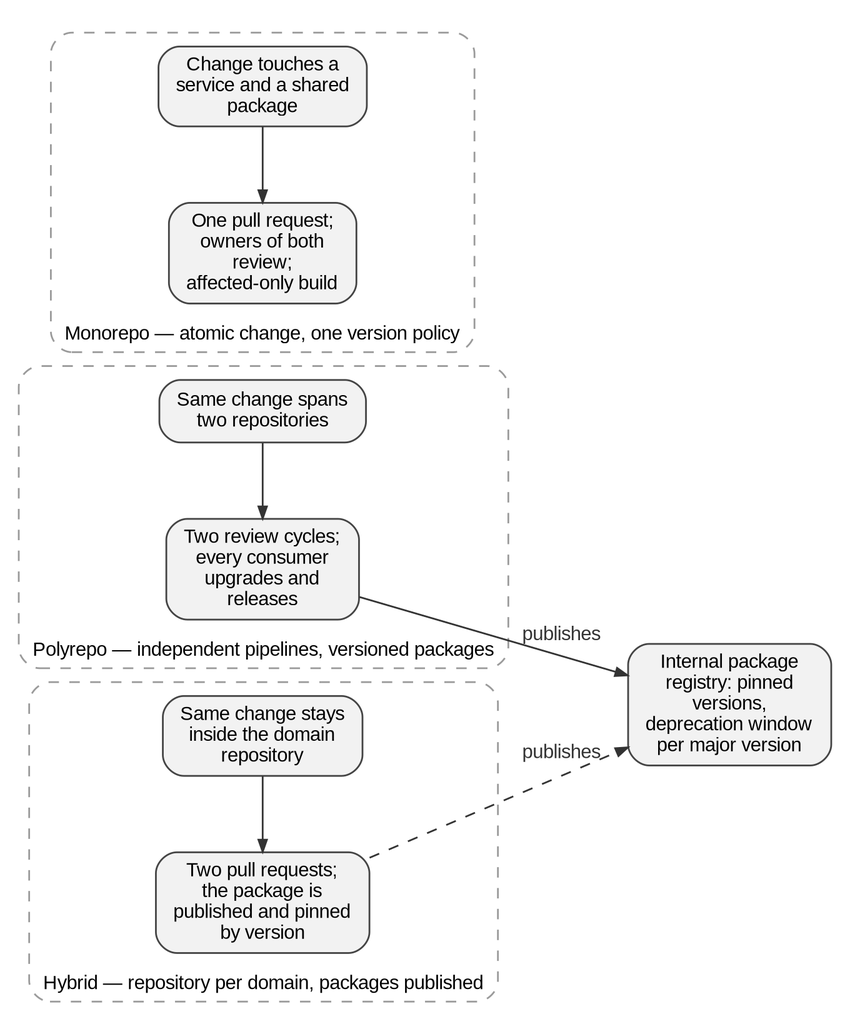
Above: assets/diagrams/rendered/ch07-repository-topologies.png in cesarcastrocuba/handbook-solutions-architecture (Graphviz), before the change. Its source is kept beside it as assets/diagrams/src/ch07-repository-topologies.dot. Source of this version:
```dot
digraph G {

 rankdir=LR;
 subgraph cluster_poly { label="Polyrepo — independent pipelines, versioned packages"; labeljust="l"; labelloc="b";
  p1 [label="Same change spans\ntwo repositories"];
  p2 [label="Two review cycles;\nevery consumer\nupgrades and\nreleases"];
  { rank=same; p1; p2; }
  p1->p2 [constraint=false];
 }
 subgraph cluster_hybrid { label="Hybrid — repository per domain, packages published"; labeljust="l"; labelloc="b";
  h1 [label="Same change stays\ninside the domain\nrepository"];
  h2 [label="Two pull requests;\nthe package is\npublished and pinned\nby version"];
  { rank=same; h1; h2; }
  h1->h2 [constraint=false];
 }
 subgraph cluster_mono { label="Monorepo — atomic change, one version policy"; labeljust="l"; labelloc="b";
  m1 [label="Change touches a\nservice and a shared\npackage"];
  m2 [label="One pull request;\nowners of both\nreview;\naffected-only build"];
  { rank=same; m1; m2; }
  m1->m2 [constraint=false];
 }
 reg [label="Internal package\nregistry: pinned\nversions,\ndeprecation window\nper major version"];
 h2->reg [label="publishes", style=dashed];
 p2->reg [label="publishes"];
}
```
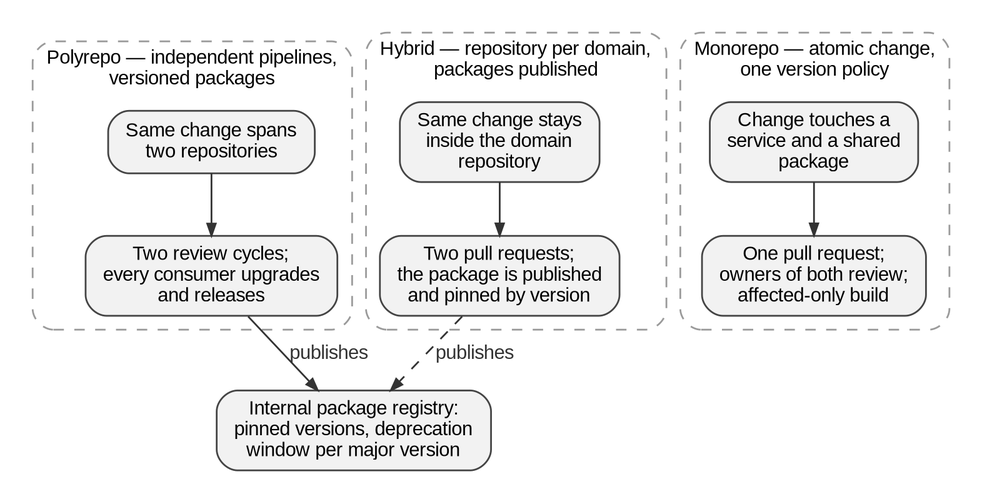
The same file after the commit.

Change to the diagram source:
```diff
@@ -1,25 +1,22 @@
 digraph G {
 
- rankdir=LR;
- subgraph cluster_poly { label="Polyrepo — independent pipelines, versioned packages"; labeljust="l"; labelloc="b";
+ rankdir=TB;
+ subgraph cluster_poly { label="Polyrepo — independent pipelines,\nversioned packages"; labeljust="l"; labelloc="t";
   p1 [label="Same change spans\ntwo repositories"];
-  p2 [label="Two review cycles;\nevery consumer\nupgrades and\nreleases"];
-  { rank=same; p1; p2; }
-  p1->p2 [constraint=false];
+  p2 [label="Two review cycles;\nevery consumer upgrades\nand releases"];
+  p1->p2;
  }
- subgraph cluster_hybrid { label="Hybrid — repository per domain, packages published"; labeljust="l"; labelloc="b";
+ subgraph cluster_hybrid { label="Hybrid — repository per domain,\npackages published"; labeljust="l"; labelloc="t";
   h1 [label="Same change stays\ninside the domain\nrepository"];
-  h2 [label="Two pull requests;\nthe package is\npublished and pinned\nby version"];
-  { rank=same; h1; h2; }
-  h1->h2 [constraint=false];
+  h2 [label="Two pull requests;\nthe package is published\nand pinned by version"];
+  h1->h2;
  }
- subgraph cluster_mono { label="Monorepo — atomic change, one version policy"; labeljust="l"; labelloc="b";
+ subgraph cluster_mono { label="Monorepo — atomic change,\none version policy"; labeljust="l"; labelloc="t";
   m1 [label="Change touches a\nservice and a shared\npackage"];
-  m2 [label="One pull request;\nowners of both\nreview;\naffected-only build"];
-  { rank=same; m1; m2; }
-  m1->m2 [constraint=false];
+  m2 [label="One pull request;\nowners of both review;\naffected-only build"];
+  m1->m2;
  }
- reg [label="Internal package\nregistry: pinned\nversions,\ndeprecation window\nper major version"];
+ reg [label="Internal package registry:\npinned versions, deprecation\nwindow per major version"];
  h2->reg [label="publishes", style=dashed];
  p2->reg [label="publishes"];
 }
```
